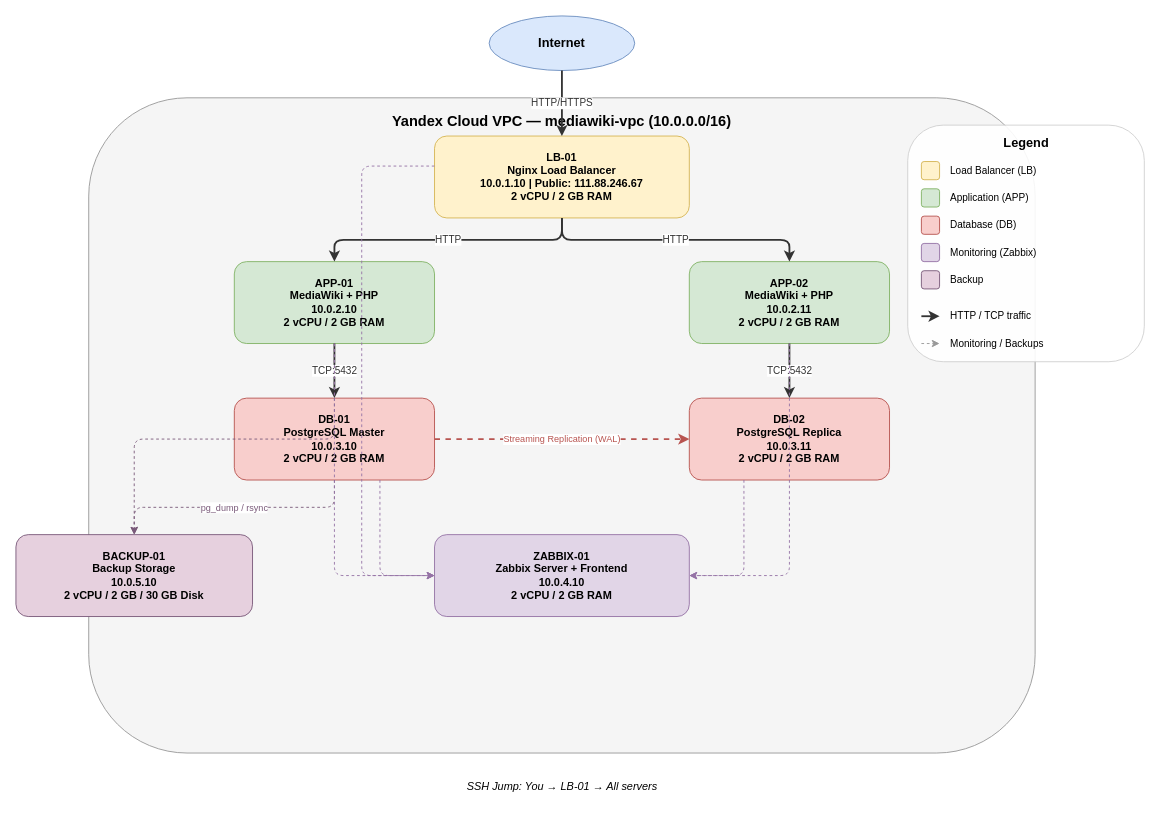
This is docs/diagrams/architecture.drawio from technik906-afk/diploma-project, a draw.io file, before an edit. Source tidied: cells renumbered, new cells numbered last; positions are measured from the earlier drawing's top-left corner, leaving out a move shared by most shapes. Both pictures are drawn from the tidied source at 91%, with x=0, y=0 at pixel (15, 15).
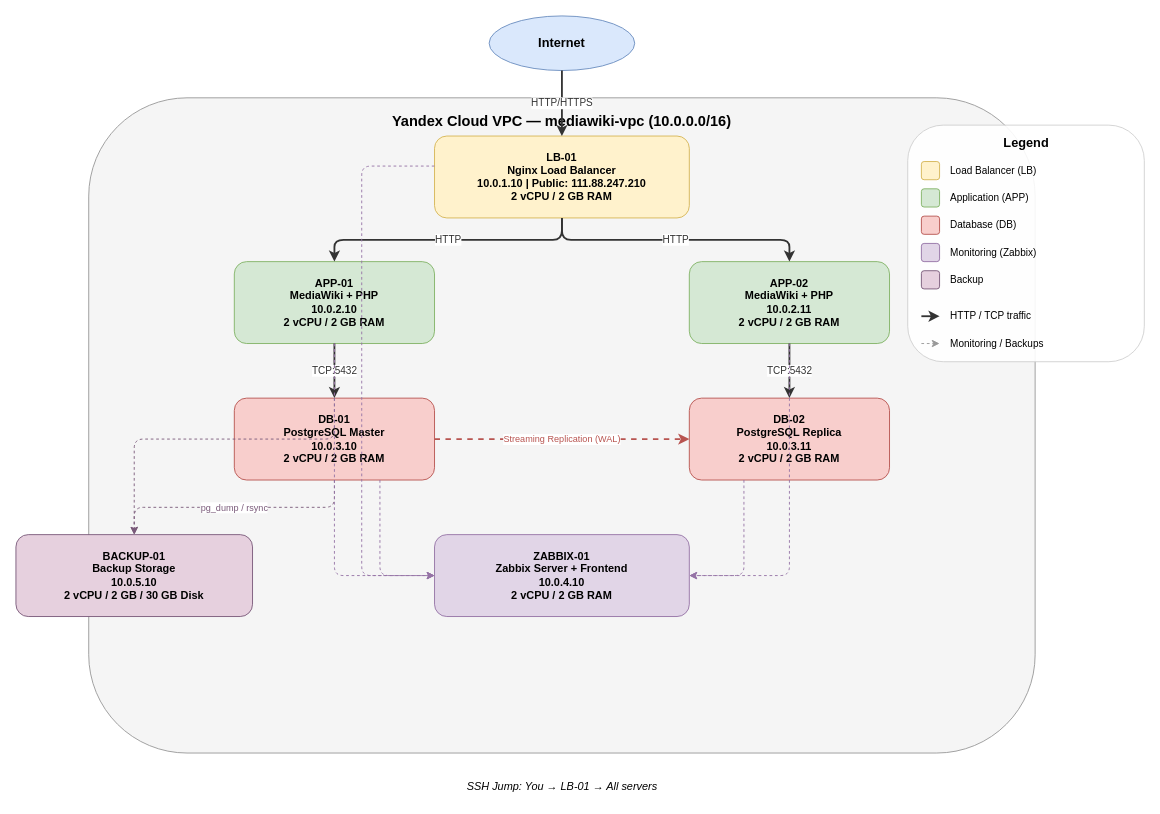
Above is the later version.

Commit message (it also covers changes not shown here):
chore: update LB public IP to 111.88.247.210 across all files

Diff of the diagram source:
```diff
@@
-    <mxCell id="4" value="LB-01&#10;Nginx Load Balancer&#10;10.0.1.10 | Public: 111.88.246.67&#10;2 vCPU / 2 GB RAM" style="rounded=1;whiteSpace=wrap;html=1;fillColor=#fff2cc;strokeColor=#d6b656;fontSize=12;fontStyle=1;spacing=6;align=center;" parent="1" vertex="1">
+    <mxCell id="4" value="LB-01&#10;Nginx Load Balancer&#10;10.0.1.10 | Public: 111.88.247.210&#10;2 vCPU / 2 GB RAM" style="rounded=1;whiteSpace=wrap;html=1;fillColor=#fff2cc;strokeColor=#d6b656;fontSize=12;fontStyle=1;spacing=6;align=center;" parent="1" vertex="1">
       <mxGeometry x="460" y="132" width="280" height="90" as="geometry" />
     </mxCell>
```
